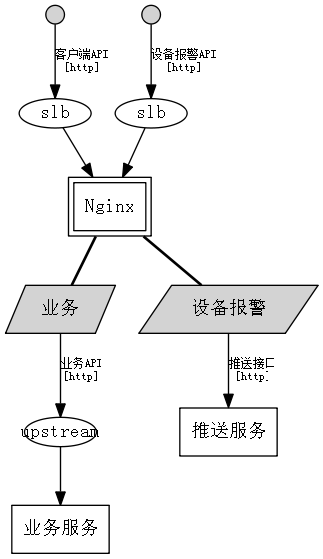
Earlier version of the Graphviz export output/cloud/nginx.gv.png (xphh/garch). Its source is kept beside it as output/cloud/nginx.gv.
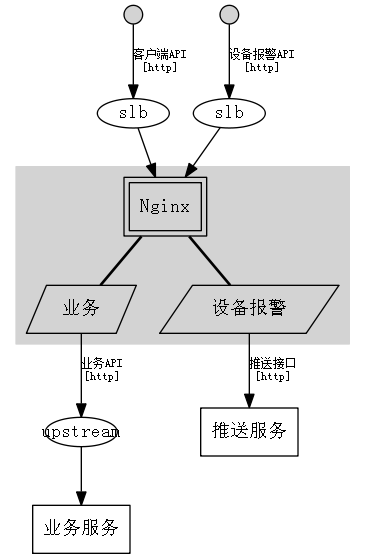
Later version of the same file.

Diff of the diagram source:
```diff
@@ -3,23 +3,28 @@
 node[fontname="simsun"];
 graph[fontname="simsun"];
 label = "";
+module_node_0[shape=circle, width=.2, style=filled, label=""];
+module_node_1[height=.3, fixedsize=true, label="slb"];
+module_node_1->nginx_node_0;
+module_node_0->module_node_1[fontsize=9, label="客户端API\n[http]"];
+module_node_2[shape=circle, width=.2, style=filled, label=""];
+module_node_3[height=.3, fixedsize=true, label="slb"];
+module_node_3->nginx_node_0;
+module_node_2->module_node_3[fontsize=9, label="设备报警API\n[http]"];
+module_node_4[shape=box, label="业务服务"];
+module_node_5[height=.3, fixedsize=true, label="upstream"];
+module_node_5->module_node_4;
+nginx_node_1->module_node_5[fontsize=9, label="业务API\n[http]"];
+module_node_6[shape=box, label="推送服务"];
+nginx_node_2->module_node_6[fontsize=9, label="推送接口\n[http]"];
+subgraph cluster_module_node_7 {
+style = filled;
+color = lightgrey;
+label = "";
 nginx_node_0[shape=box, peripheries=2, label="Nginx"];
-nginx_node_1[shape=circle, width=.2, style=filled, label=""];
-nginx_node_2[height=.3, fixedsize=true, label="slb"];
-nginx_node_2->nginx_node_0;
-nginx_node_1->nginx_node_2[fontsize=9, label="客户端API\n[http]"];
-nginx_node_3[shape=circle, width=.2, style=filled, label=""];
-nginx_node_4[height=.3, fixedsize=true, label="slb"];
-nginx_node_4->nginx_node_0;
-nginx_node_3->nginx_node_4[fontsize=9, label="设备报警API\n[http]"];
-nginx_node_5[shape=polygon, skew=.5, style=filled, label="业务"];
-nginx_node_0->nginx_node_5[style=bold, arrowhead=none];
-nginx_node_6[shape=box, label="业务服务"];
-nginx_node_7[height=.3, fixedsize=true, label="upstream"];
-nginx_node_7->nginx_node_6;
-nginx_node_5->nginx_node_7[fontsize=9, label="业务API\n[http]"];
-nginx_node_8[shape=polygon, skew=.5, style=filled, label="设备报警"];
-nginx_node_0->nginx_node_8[style=bold, arrowhead=none];
-nginx_node_9[shape=box, label="推送服务"];
-nginx_node_8->nginx_node_9[fontsize=9, label="推送接口\n[http]"];
+nginx_node_1[shape=polygon, skew=.5, label="业务"];
+nginx_node_0->nginx_node_1[style=bold, arrowhead=none];
+nginx_node_2[shape=polygon, skew=.5, label="设备报警"];
+nginx_node_0->nginx_node_2[style=bold, arrowhead=none];
 }
+}
```
